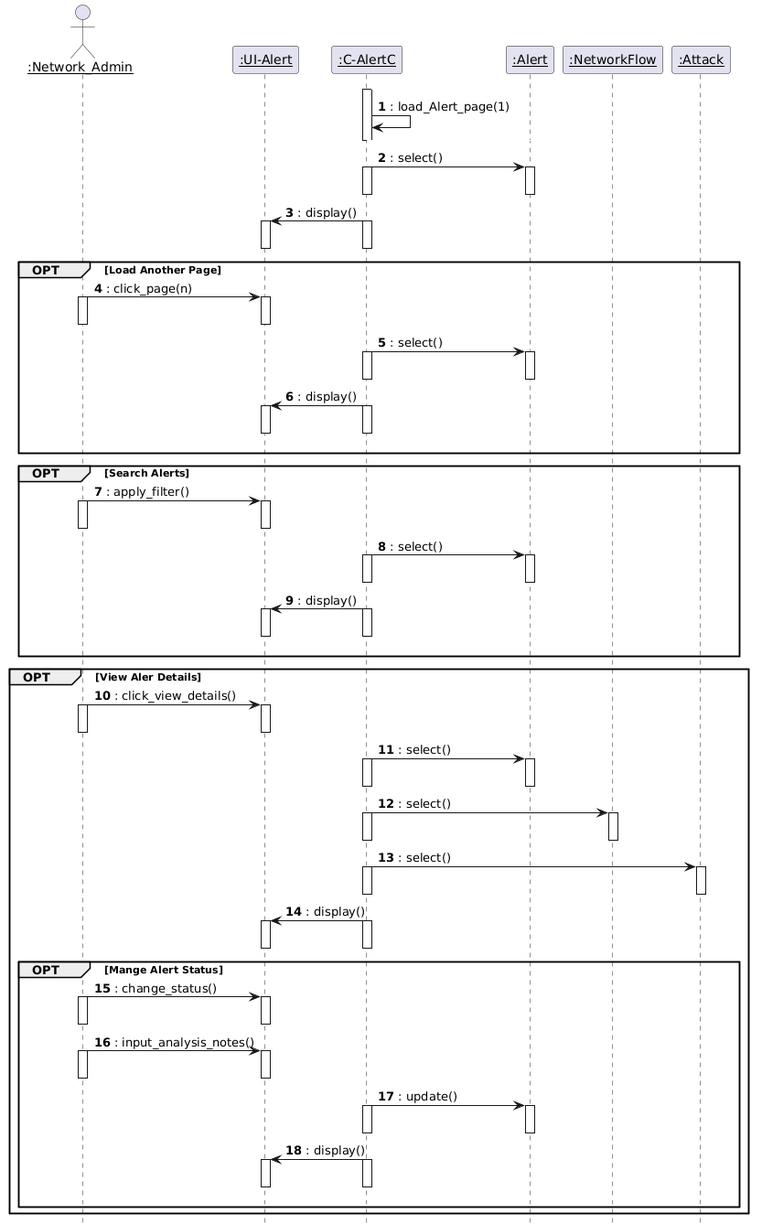
Above: diagrams/SeqD_View_Alert_List.png in Amira-BOUAFIF/pfe-nids-report (PlantUML), before the change. The source it was exported from:
```plantuml
@startuml
autonumber
hide circle

skinparam sequenceParticipant underline



actor ":Network_Admin" as Admin
participant ":UI-Alert" as UI
participant ":C-AlertC" as AlertC
participant ":Alert" as AlertE
participant ":NetworkFlow" as NF
participant ":Attack" as AttackE


autonumber stop
AlertC -[#white]>
autonumber resume
activate AlertC
AlertC -> AlertC :: load_Alert_page(1)
autonumber stop
AlertC -[#white]>
autonumber resume
deactivate AlertC

AlertC -> AlertE :: select()
                activate AlertC
                activate AlertE
                deactivate AlertC
                deactivate AlertE


AlertC -> UI :: display()
                activate AlertC
                activate UI
                deactivate AlertC
                deactivate UI

group OPT [Load Another Page]

Admin -> UI :: click_page(n)
                activate Admin
                activate UI
                deactivate Admin
                deactivate UI


AlertC -> AlertE :: select()
                activate AlertC
                activate AlertE
                deactivate AlertC
                deactivate AlertE


AlertC -> UI :: display()
                activate AlertC
                activate UI
                deactivate AlertC
                deactivate UI

autonumber stop
Admin -[#white]> AttackE
autonumber resume

end group


group OPT [Search Alerts]

Admin -> UI :: apply_filter()
                activate Admin
                activate UI
                deactivate Admin
                deactivate UI


AlertC -> AlertE :: select()
                activate AlertC
                activate AlertE
                deactivate AlertC
                deactivate AlertE


AlertC -> UI :: display()
                activate AlertC
                activate UI
                deactivate AlertC
                deactivate UI
autonumber stop
Admin -[#white]> AttackE
autonumber resume
end group

group OPT [View Aler Details]
Admin -> UI :: click_view_details()
                activate Admin
                activate UI
                deactivate Admin
                deactivate UI


AlertC -> AlertE :: select()
                activate AlertC
                activate AlertE
                deactivate AlertC
                deactivate AlertE
AlertC -> NF :: select()
                activate AlertC
                activate NF
                deactivate AlertC
                deactivate NF
AlertC -> AttackE :: select()
                activate AlertC
                activate AttackE
                deactivate AlertC
                deactivate AttackE


AlertC -> UI :: display()
                activate AlertC
                activate UI
                deactivate AlertC
                deactivate UI

group OPT [Mange Alert Status]
Admin -> UI :: change_status()
                activate Admin
                activate UI
                deactivate Admin
                deactivate UI

Admin -> UI :: input_analysis_notes()
                activate Admin
                activate UI
                deactivate Admin
                deactivate UI

AlertC -> AlertE :: update()
                activate AlertC
                activate AlertE
                deactivate AlertC
                deactivate AlertE

AlertC -> UI :: display()
                activate AlertC
                activate UI
                deactivate AlertC
                deactivate UI
autonumber stop
Admin -[#white]> AttackE
autonumber resume

end group
end group
@enduml
```
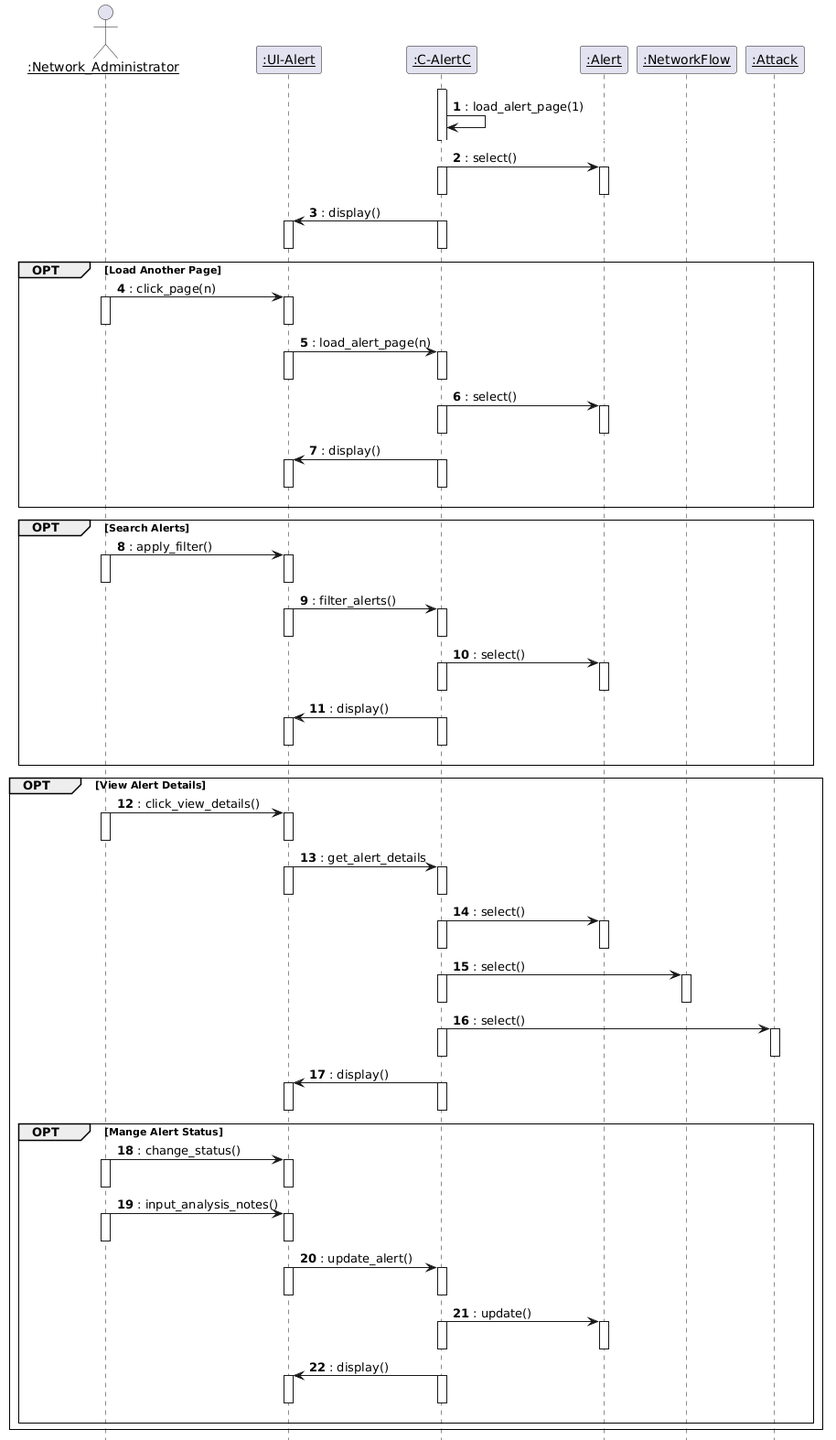
After the commit.

What changed in the source:
```diff
@@ -4,9 +4,9 @@
 
 skinparam sequenceParticipant underline
 
+skinparam sequenceGroupBorderThickness 1
 
-
-actor ":Network_Admin" as Admin
+actor ":Network_Administrator" as Admin
 participant ":UI-Alert" as UI
 participant ":C-AlertC" as AlertC
 participant ":Alert" as AlertE
@@ -18,7 +18,7 @@
 AlertC -[#white]>
 autonumber resume
 activate AlertC
-AlertC -> AlertC :: load_Alert_page(1)
+AlertC -> AlertC :: load_alert_page(1)
 autonumber stop
 AlertC -[#white]>
 autonumber resume
@@ -44,6 +44,12 @@
                 activate UI
                 deactivate Admin
                 deactivate UI
+
+UI -> AlertC :: load_alert_page(n)
+                activate UI
+                activate AlertC
+                deactivate UI
+                deactivate AlertC
 
 
 AlertC -> AlertE :: select()
@@ -74,6 +80,11 @@
                 deactivate Admin
                 deactivate UI
 
+UI -> AlertC :: filter_alerts()
+                activate UI
+                activate AlertC
+                deactivate UI
+                deactivate AlertC
 
 AlertC -> AlertE :: select()
                 activate AlertC
@@ -92,12 +103,18 @@
 autonumber resume
 end group
 
-group OPT [View Aler Details]
+group OPT [View Alert Details]
 Admin -> UI :: click_view_details()
                 activate Admin
                 activate UI
                 deactivate Admin
                 deactivate UI
+
+UI -> AlertC :: get_alert_details
+                activate UI
+                activate AlertC
+                deactivate UI
+                deactivate AlertC
 
 
 AlertC -> AlertE :: select()
@@ -136,6 +153,12 @@
                 deactivate Admin
                 deactivate UI
 
+UI -> AlertC :: update_alert()
+                activate UI
+                activate AlertC
+                deactivate UI
+                deactivate AlertC
+
 AlertC -> AlertE :: update()
                 activate AlertC
                 activate AlertE
```
